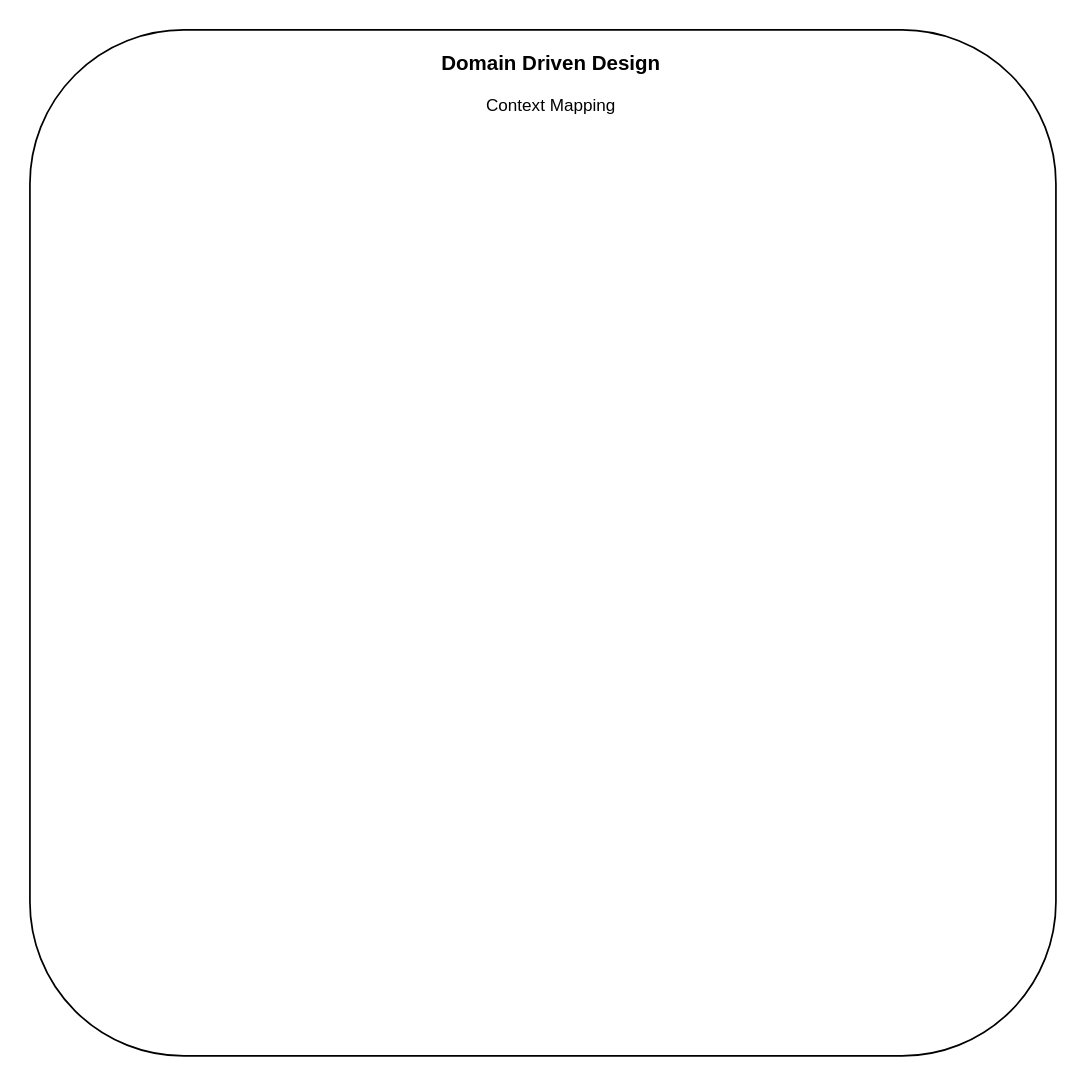
Above: DDD/Context Mapping.drawio in Mufaddalsr/Laundry-Management-MaxLaundry- (draw.io), before the change. Source tidied: cells renumbered, new cells numbered last; positions are measured from the earlier drawing's top-left corner, leaving out a move shared by most shapes. Both pictures are drawn from the tidied source at 171%, with x=0, y=0 at pixel (29, 29).
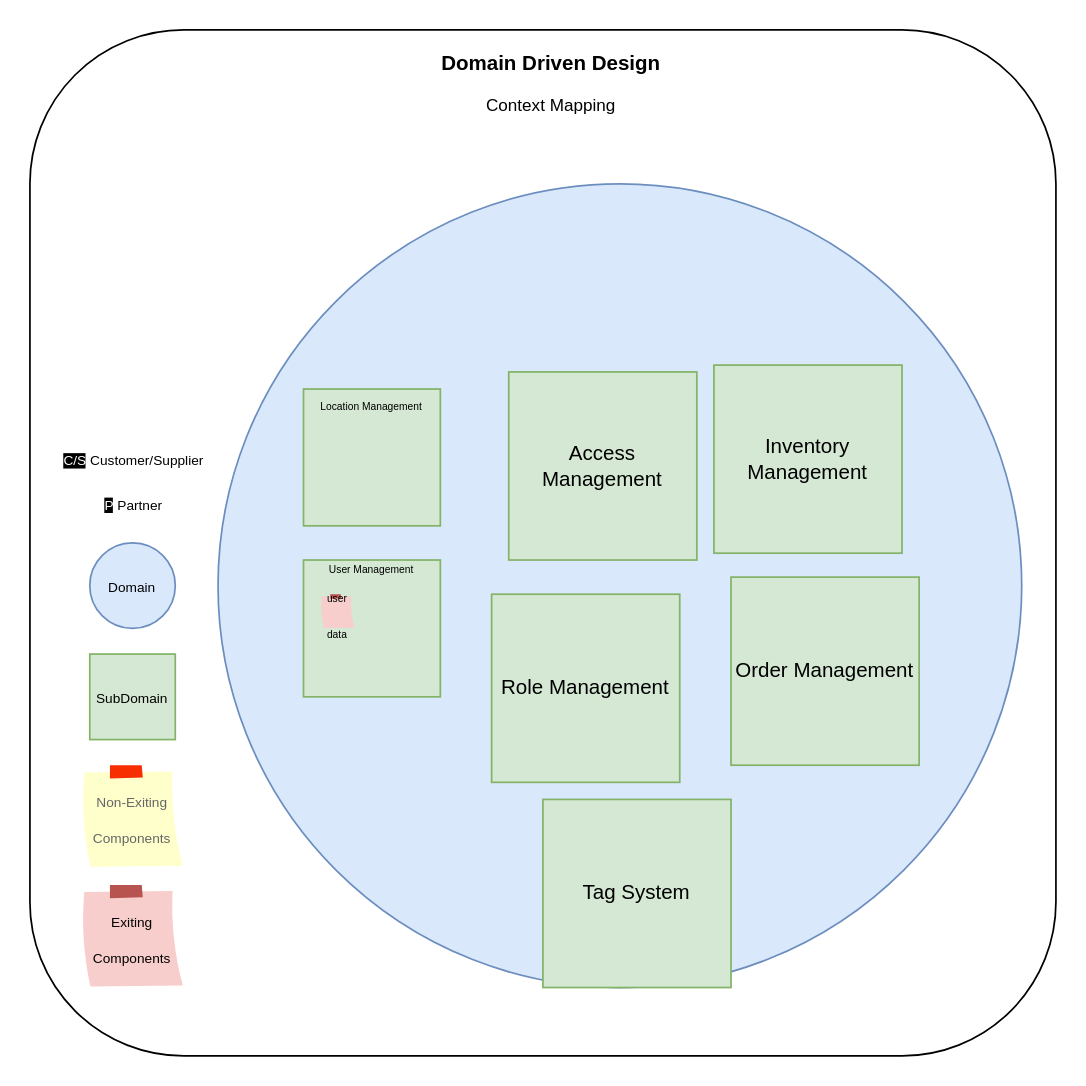
The same diagram, later.

Change to the diagram source:
```diff
@@
+    <mxCell id="6" value="&lt;font style=&quot;font-size: 8px;&quot;&gt;Exiting Components&lt;/font&gt;" style="strokeWidth=1;shadow=0;dashed=0;align=center;html=1;shape=mxgraph.mockup.text.stickyNote2;mainText=;fontSize=17;whiteSpace=wrap;fillColor=#f8cecc;strokeColor=#b85450;" parent="1" vertex="1">
+      <mxGeometry x="30" y="500" width="60" height="60" as="geometry" />
+    </mxCell>
+    <mxCell id="7" value="&lt;font style=&quot;font-size: 8px;&quot;&gt;Non-Exiting Components&lt;/font&gt;" style="strokeWidth=1;shadow=0;dashed=0;align=center;html=1;shape=mxgraph.mockup.text.stickyNote2;fontColor=#666666;mainText=;fontSize=17;whiteSpace=wrap;fillColor=#ffffcc;strokeColor=#F62E00;" parent="1" vertex="1">
+      <mxGeometry x="30" y="430" width="60" height="60" as="geometry" />
+    </mxCell>
+    <mxCell id="8" value="&lt;font style=&quot;font-size: 8px;&quot;&gt;SubDomain&lt;/font&gt;" style="whiteSpace=wrap;html=1;fillColor=#d5e8d4;strokeColor=#82b366;" parent="1" vertex="1">
+      <mxGeometry x="35" y="365" width="50" height="50" as="geometry" />
+    </mxCell>
+    <mxCell id="9" value="&lt;font style=&quot;font-size: 8px;&quot;&gt;Domain&lt;/font&gt;" style="ellipse;whiteSpace=wrap;html=1;fillColor=#dae8fc;strokeColor=#6c8ebf;" parent="1" vertex="1">
+      <mxGeometry x="35" y="300" width="50" height="50" as="geometry" />
+    </mxCell>
+    <mxCell id="10" value="&lt;font style=&quot;font-size: 8px;&quot;&gt;&lt;font style=&quot;background-color: rgb(0, 0, 0);&quot; color=&quot;#ffffff&quot;&gt;P&lt;/font&gt; Partner&lt;/font&gt;" style="text;html=1;align=center;verticalAlign=middle;whiteSpace=wrap;rounded=0;" parent="1" vertex="1">
+      <mxGeometry x="31" y="262" width="60" height="30" as="geometry" />
+    </mxCell>
+    <mxCell id="11" value="&lt;font style=&quot;font-size: 8px;&quot;&gt;&lt;font style=&quot;background-color: rgb(0, 0, 0);&quot; color=&quot;#ffffff&quot;&gt;C/S&lt;/font&gt;&amp;nbsp;Customer/Supplier&lt;/font&gt;" style="text;html=1;align=center;verticalAlign=middle;whiteSpace=wrap;rounded=0;" parent="1" vertex="1">
+      <mxGeometry x="31" y="236" width="60" height="30" as="geometry" />
+    </mxCell>
+    <mxCell id="12" style="ellipse;whiteSpace=wrap;html=1;fillColor=#dae8fc;strokeColor=#6c8ebf;" parent="1" vertex="1">
+      <mxGeometry x="110" y="90" width="470" height="470" as="geometry" />
+    </mxCell>
+    <mxCell id="13" value="&lt;font style=&quot;font-size: 6px;&quot;&gt;User Management&lt;/font&gt;&lt;div&gt;&lt;span style=&quot;font-size: 6px;&quot;&gt;&lt;br&gt;&lt;/span&gt;&lt;/div&gt;&lt;div&gt;&lt;span style=&quot;font-size: 6px;&quot;&gt;&lt;br&gt;&lt;/span&gt;&lt;/div&gt;&lt;div&gt;&lt;span style=&quot;font-size: 6px;&quot;&gt;&lt;br&gt;&lt;/span&gt;&lt;/div&gt;&lt;div&gt;&lt;div&gt;&lt;br&gt;&lt;/div&gt;&lt;/div&gt;&lt;div&gt;&lt;br&gt;&lt;/div&gt;" style="whiteSpace=wrap;html=1;fillColor=#d5e8d4;strokeColor=#82b366;" parent="1" vertex="1">
+      <mxGeometry x="160" y="310" width="80" height="80" as="geometry" />
+    </mxCell>
+    <mxCell id="14" value="Role Management" style="whiteSpace=wrap;html=1;fillColor=#d5e8d4;strokeColor=#82b366;" parent="1" vertex="1">
+      <mxGeometry x="270" y="330" width="110" height="110" as="geometry" />
+    </mxCell>
+    <mxCell id="15" value="&lt;font style=&quot;font-size: 6px;&quot;&gt;Location Management&lt;/font&gt;&lt;div&gt;&lt;font size=&quot;3&quot; style=&quot;&quot;&gt;&lt;br&gt;&lt;/font&gt;&lt;/div&gt;&lt;div&gt;&lt;font style=&quot;font-size: 8px;&quot;&gt;&lt;br&gt;&lt;/font&gt;&lt;/div&gt;&lt;div&gt;&lt;font style=&quot;font-size: 8px;&quot;&gt;&lt;br&gt;&lt;/font&gt;&lt;/div&gt;&lt;div&gt;&lt;font style=&quot;font-size: 8px;&quot;&gt;&lt;br&gt;&lt;/font&gt;&lt;/div&gt;" style="whiteSpace=wrap;html=1;fillColor=#d5e8d4;strokeColor=#82b366;" parent="1" vertex="1">
+      <mxGeometry x="160" y="210" width="80" height="80" as="geometry" />
+    </mxCell>
+    <mxCell id="16" value="Access Management" style="whiteSpace=wrap;html=1;fillColor=#d5e8d4;strokeColor=#82b366;" parent="1" vertex="1">
+      <mxGeometry x="280" y="200" width="110" height="110" as="geometry" />
+    </mxCell>
+    <mxCell id="17" value="Order Management" style="whiteSpace=wrap;html=1;fillColor=#d5e8d4;strokeColor=#82b366;" parent="1" vertex="1">
+      <mxGeometry x="410" y="320" width="110" height="110" as="geometry" />
+    </mxCell>
+    <mxCell id="18" value="Inventory Management" style="whiteSpace=wrap;html=1;fillColor=#d5e8d4;strokeColor=#82b366;" parent="1" vertex="1">
+      <mxGeometry x="400" y="196" width="110" height="110" as="geometry" />
+    </mxCell>
+    <mxCell id="19" value="Tag System" style="whiteSpace=wrap;html=1;fillColor=#d5e8d4;strokeColor=#82b366;" parent="1" vertex="1">
+      <mxGeometry x="300" y="450" width="110" height="110" as="geometry" />
+    </mxCell>
+    <mxCell id="20" value="&lt;font style=&quot;font-size: 6px;&quot;&gt;user data&lt;/font&gt;" style="strokeWidth=1;shadow=0;dashed=0;align=center;html=1;shape=mxgraph.mockup.text.stickyNote2;mainText=;fontSize=17;whiteSpace=wrap;fillColor=#f8cecc;strokeColor=#b85450;" parent="1" vertex="1">
+      <mxGeometry x="170" y="330" width="20" height="20" as="geometry" />
+    </mxCell>
```
